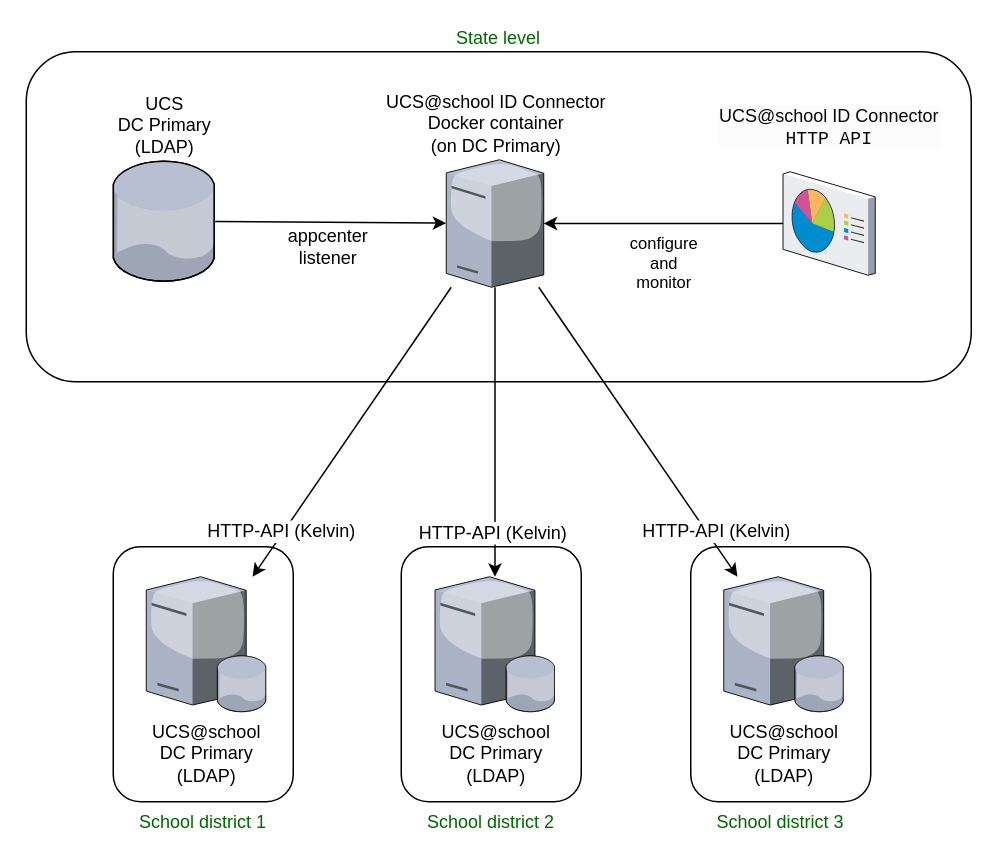
Above: docs/source/static/ucsschool-id-connector_overview_extended.drawio in univention/ucsschool-id-connector (draw.io), before the change. Source tidied: cells renumbered, new cells numbered last; positions are measured from the earlier drawing's top-left corner, leaving out a move shared by most shapes. Both pictures are drawn from the tidied source at 150%, with x=0, y=0 at pixel (26, 51).
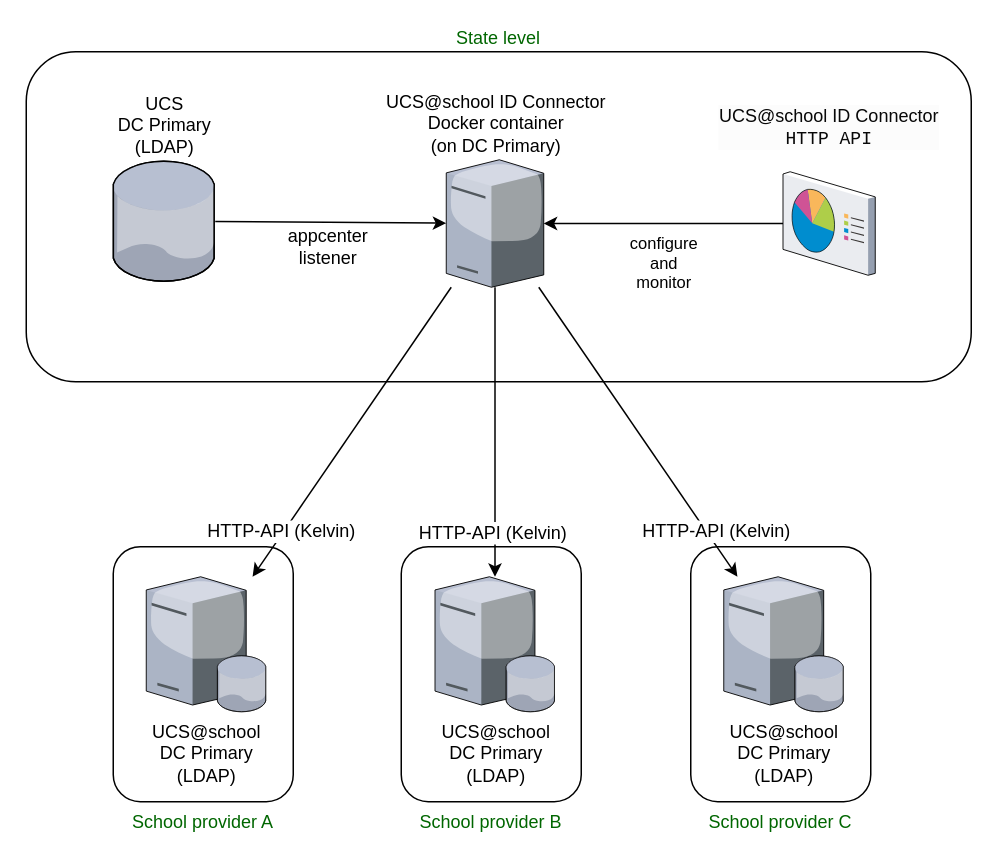
Above is the later version.

Change to the diagram source:
```diff
@@
-    <mxCell id="3" value="&lt;span style=&quot;color: rgb(0 , 102 , 0)&quot;&gt;School district 3&lt;/span&gt;" style="rounded=1;whiteSpace=wrap;html=1;labelPosition=center;verticalLabelPosition=bottom;align=center;verticalAlign=top;" parent="1" vertex="1">
+    <mxCell id="3" value="&lt;span style=&quot;color: rgb(0 , 102 , 0)&quot;&gt;School provider C&lt;/span&gt;" style="rounded=1;whiteSpace=wrap;html=1;labelPosition=center;verticalLabelPosition=bottom;align=center;verticalAlign=top;" parent="1" vertex="1">
       <mxGeometry x="443" y="330" width="120" height="170" as="geometry" />
     </mxCell>
-    <mxCell id="4" value="&lt;span style=&quot;color: rgb(0 , 102 , 0)&quot;&gt;School district 2&lt;/span&gt;&lt;font color=&quot;#006600&quot;&gt;&lt;br&gt;&lt;/font&gt;" style="rounded=1;whiteSpace=wrap;html=1;labelPosition=center;verticalLabelPosition=bottom;align=center;verticalAlign=top;" parent="1" vertex="1">
+    <mxCell id="4" value="&lt;span style=&quot;color: rgb(0 , 102 , 0)&quot;&gt;School provider B&lt;/span&gt;&lt;font color=&quot;#006600&quot;&gt;&lt;br&gt;&lt;/font&gt;" style="rounded=1;whiteSpace=wrap;html=1;labelPosition=center;verticalLabelPosition=bottom;align=center;verticalAlign=top;" parent="1" vertex="1">
       <mxGeometry x="250" y="330" width="120" height="170" as="geometry" />
     </mxCell>
-    <mxCell id="5" value="&lt;font color=&quot;#006600&quot;&gt;School district 1&lt;/font&gt;" style="rounded=1;whiteSpace=wrap;html=1;labelPosition=center;verticalLabelPosition=bottom;align=center;verticalAlign=top;" parent="1" vertex="1">
+    <mxCell id="5" value="&lt;font color=&quot;#006600&quot;&gt;School provider A&lt;/font&gt;" style="rounded=1;whiteSpace=wrap;html=1;labelPosition=center;verticalLabelPosition=bottom;align=center;verticalAlign=top;" parent="1" vertex="1">
       <mxGeometry x="58" y="330" width="120" height="170" as="geometry" />
     </mxCell>
```
